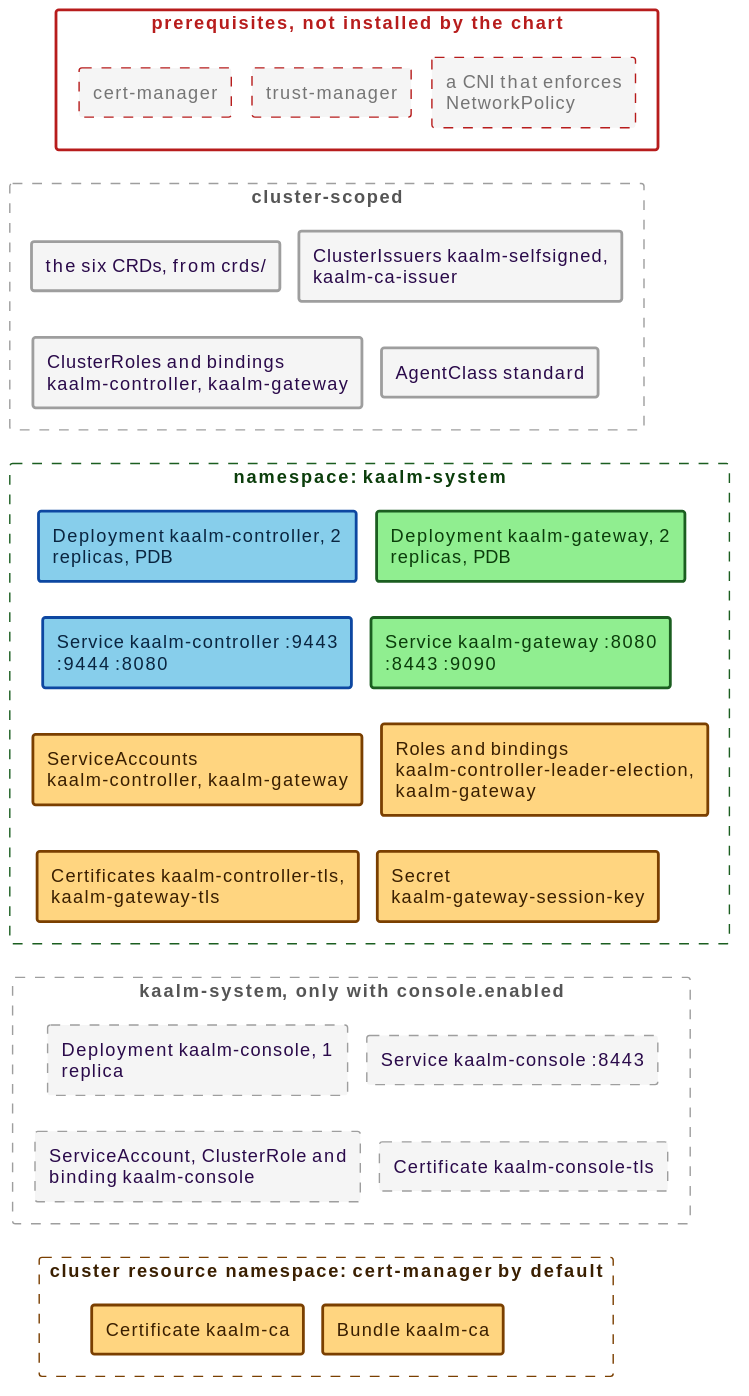
This is docs/src/diagrams/helm-install-inventory.svg from win07xp/kaalm, a PlantUML export, as it was before one commit.
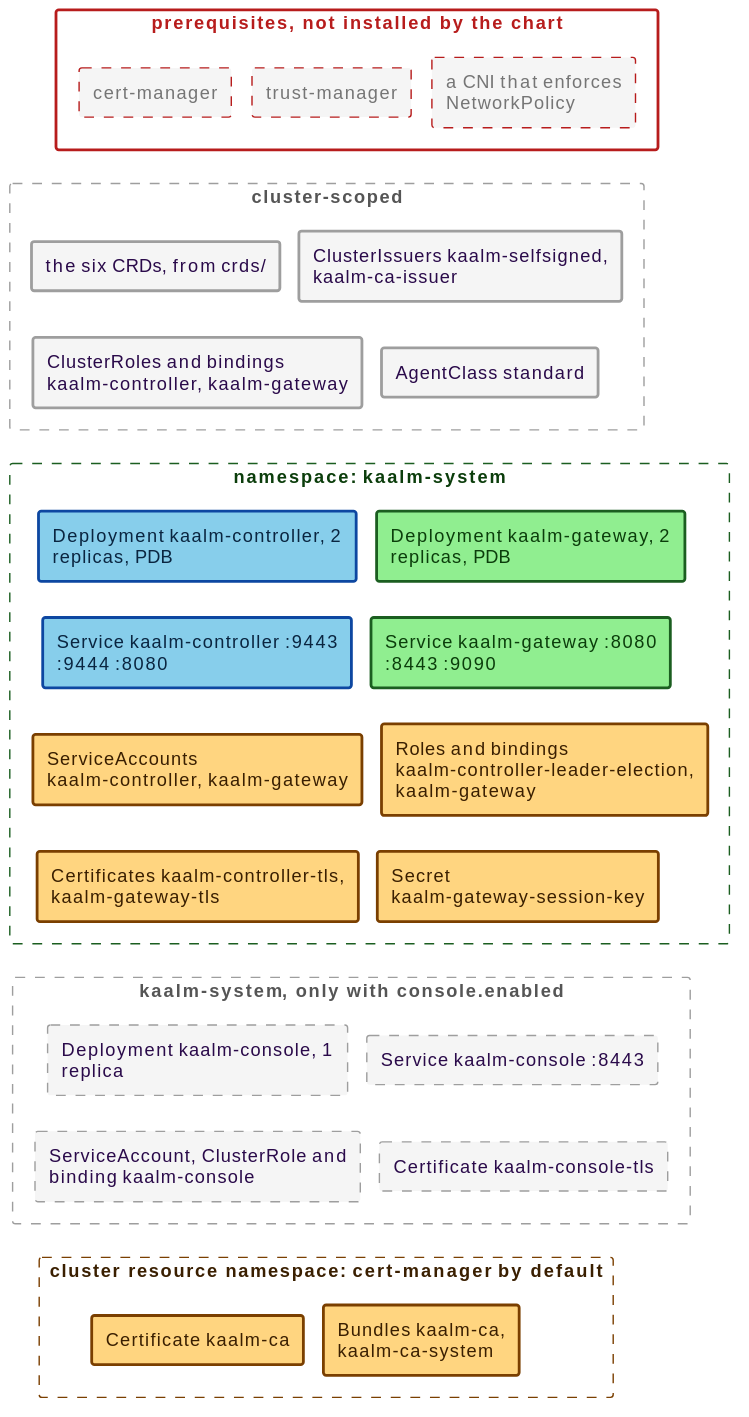
The same file after the commit.

Diff of the diagram source:
```diff
@@ -34,7 +34,7 @@
 }
 rectangle "cluster resource namespace: **cert-manager** by default" as nscm #line:7a3f00;line.dashed;text:3a1f00 {
   rectangle "Certificate kaalm-ca" as cacert #back:FFD580;line:7a3f00;line.bold;text:3a1f00
-  rectangle "Bundle kaalm-ca" as bundle #back:FFD580;line:7a3f00;line.bold;text:3a1f00
+  rectangle "Bundles kaalm-ca, kaalm-ca-system" as bundle #back:FFD580;line:7a3f00;line.bold;text:3a1f00
 }
 pcm -[hidden]right- ptm
 ptm -[hidden]right- pcni
```
